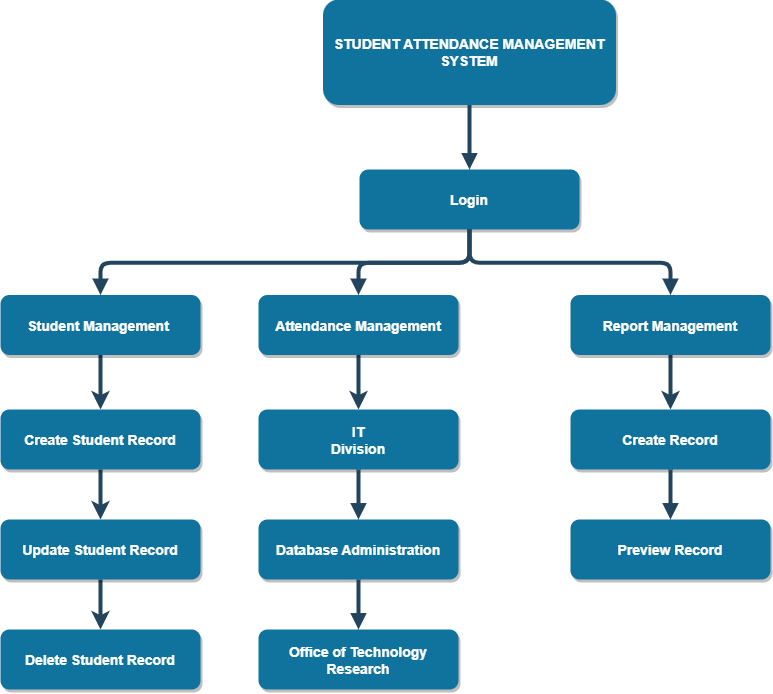
Earlier version of the draw.io export Heirarchy of Project Modules/Frame(Event).drawio.png (kaisunoo/Acads). Source tidied: cells renumbered, new cells last; positions are measured from the earlier drawing's top-left corner, leaving out a move shared by most shapes.
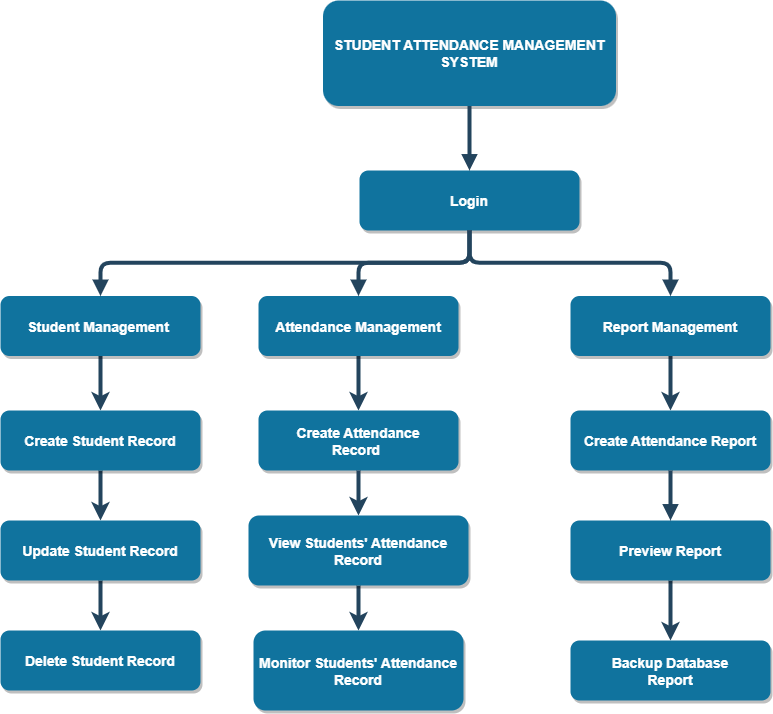
Later version of the same file.

Commit message:
Update Heirarchy of Project Modules/Frame(Event).drawio.png

Change to the diagram source:
```diff
@@ -32,14 +32,17 @@
     <mxCell id="11" value="Create Student Record" style="rounded=1;fillColor=#10739E;strokeColor=none;shadow=1;gradientColor=none;fontStyle=1;fontColor=#FFFFFF;fontSize=14;" parent="1" vertex="1">
       <mxGeometry y="410" width="200" height="60" as="geometry" />
     </mxCell>
-    <mxCell id="12" value="IT&#10;Division" style="rounded=1;fillColor=#10739E;strokeColor=none;shadow=1;gradientColor=none;fontStyle=1;fontColor=#FFFFFF;fontSize=14;" parent="1" vertex="1">
+    <mxCell id="12" value="Create Attendance &#10;Record " style="rounded=1;fillColor=#10739E;strokeColor=none;shadow=1;gradientColor=none;fontStyle=1;fontColor=#FFFFFF;fontSize=14;" parent="1" vertex="1">
       <mxGeometry x="258" y="410" width="200" height="60" as="geometry" />
     </mxCell>
-    <mxCell id="13" value="Database Administration" style="rounded=1;fillColor=#10739E;strokeColor=none;shadow=1;gradientColor=none;fontStyle=1;fontColor=#FFFFFF;fontSize=14;" parent="1" vertex="1">
-      <mxGeometry x="258" y="520" width="200" height="60" as="geometry" />
+    <mxCell id="13" value="Monitor Students' Attendance &#10;Record" style="rounded=1;fillColor=#10739E;strokeColor=none;shadow=1;gradientColor=none;fontStyle=1;fontColor=#FFFFFF;fontSize=14;" parent="1" vertex="1">
+      <mxGeometry x="253" y="630" width="210" height="80" as="geometry" />
     </mxCell>
+    <mxCell id="27" style="edgeStyle=orthogonalEdgeStyle;rounded=0;jettySize=auto;html=1;exitX=0.5;exitY=1;exitDx=0;exitDy=0;entryX=0.5;entryY=0;entryDx=0;entryDy=0;strokeWidth=4;strokeColor=#23445D;" parent="1" edge="1" source="14" target="13">
+      <mxGeometry relative="1" as="geometry" />
+    </mxCell>
-    <mxCell id="14" value="Office of Technology &#10;Research" style="rounded=1;fillColor=#10739E;strokeColor=none;shadow=1;gradientColor=none;fontStyle=1;fontColor=#FFFFFF;fontSize=14;" parent="1" vertex="1">
-      <mxGeometry x="258" y="630" width="200" height="60" as="geometry" />
+    <mxCell id="14" value="View Students' Attendance &#10;Record" style="rounded=1;fillColor=#10739E;strokeColor=none;shadow=1;gradientColor=none;fontStyle=1;fontColor=#FFFFFF;fontSize=14;" parent="1" vertex="1">
+      <mxGeometry x="248" y="515" width="220" height="70" as="geometry" />
     </mxCell>
     <mxCell id="15" style="edgeStyle=orthogonalEdgeStyle;rounded=0;jettySize=auto;html=1;exitX=0.5;exitY=1;exitDx=0;exitDy=0;entryX=0.5;entryY=0;entryDx=0;entryDy=0;strokeWidth=4;strokeColor=#23445D;" parent="1" edge="1" source="16" target="26">
       <mxGeometry relative="1" as="geometry" />
@@ -47,10 +50,13 @@
     <mxCell id="16" value="Update Student Record" style="rounded=1;fillColor=#10739E;strokeColor=none;shadow=1;gradientColor=none;fontStyle=1;fontColor=#FFFFFF;fontSize=14;" parent="1" vertex="1">
       <mxGeometry y="520" width="200" height="60" as="geometry" />
     </mxCell>
-    <mxCell id="17" value="Create Record" style="rounded=1;fillColor=#10739E;strokeColor=none;shadow=1;gradientColor=none;fontStyle=1;fontColor=#FFFFFF;fontSize=14;" parent="1" vertex="1">
+    <mxCell id="17" value="Create Attendance Report" style="rounded=1;fillColor=#10739E;strokeColor=none;shadow=1;gradientColor=none;fontStyle=1;fontColor=#FFFFFF;fontSize=14;" parent="1" vertex="1">
       <mxGeometry x="570" y="410" width="200" height="60" as="geometry" />
     </mxCell>
+    <mxCell id="28" style="edgeStyle=orthogonalEdgeStyle;rounded=0;jettySize=auto;html=1;exitX=0.5;exitY=1;exitDx=0;exitDy=0;entryX=0.5;entryY=0;entryDx=0;entryDy=0;strokeWidth=4;strokeColor=#23445D;" parent="1" edge="1" source="18" target="30">
+      <mxGeometry relative="1" as="geometry" />
+    </mxCell>
-    <mxCell id="18" value="Preview Record" style="rounded=1;fillColor=#10739E;strokeColor=none;shadow=1;gradientColor=none;fontStyle=1;fontColor=#FFFFFF;fontSize=14;" parent="1" vertex="1">
+    <mxCell id="18" value="Preview Report" style="rounded=1;fillColor=#10739E;strokeColor=none;shadow=1;gradientColor=none;fontStyle=1;fontColor=#FFFFFF;fontSize=14;" parent="1" vertex="1">
       <mxGeometry x="570" y="520" width="200" height="60" as="geometry" />
     </mxCell>
     <mxCell id="19" style="edgeStyle=elbowEdgeStyle;elbow=vertical;strokeWidth=4;endArrow=block;endFill=1;fontStyle=1;strokeColor=#23445D;" parent="1" edge="1" source="2" target="3">
@@ -65,17 +71,17 @@
     <mxCell id="22" style="edgeStyle=elbowEdgeStyle;elbow=vertical;strokeWidth=4;endArrow=block;endFill=1;fontStyle=1;strokeColor=#23445D;" parent="1" edge="1" source="3" target="9">
       <mxGeometry x="22" y="165.5" as="geometry" />
     </mxCell>
-    <mxCell id="23" style="edgeStyle=elbowEdgeStyle;elbow=vertical;strokeWidth=4;endArrow=block;endFill=1;fontStyle=1;strokeColor=#23445D;" parent="1" edge="1" source="12" target="13">
-      <mxGeometry x="62" y="165.5" as="geometry" />
-    </mxCell>
-    <mxCell id="24" style="edgeStyle=elbowEdgeStyle;elbow=vertical;strokeWidth=4;endArrow=block;endFill=1;fontStyle=1;strokeColor=#23445D;" parent="1" edge="1" source="13" target="14">
-      <mxGeometry x="62" y="175.5" as="geometry" />
-    </mxCell>
     <mxCell id="25" style="edgeStyle=elbowEdgeStyle;elbow=vertical;strokeWidth=4;endArrow=block;endFill=1;fontStyle=1;strokeColor=#23445D;" parent="1" edge="1" source="17" target="18">
       <mxGeometry x="72" y="195.5" as="geometry" />
     </mxCell>
     <mxCell id="26" value="Delete Student Record" style="rounded=1;fillColor=#10739E;strokeColor=none;shadow=1;gradientColor=none;fontStyle=1;fontColor=#FFFFFF;fontSize=14;" parent="1" vertex="1">
       <mxGeometry y="630" width="200" height="60" as="geometry" />
     </mxCell>
+    <mxCell id="29" style="edgeStyle=orthogonalEdgeStyle;rounded=0;jettySize=auto;html=1;exitX=0.5;exitY=1;exitDx=0;exitDy=0;entryX=0.5;entryY=0;entryDx=0;entryDy=0;strokeWidth=4;strokeColor=#23445D;" parent="1" edge="1" source="12" target="14">
+      <mxGeometry relative="1" as="geometry" />
+    </mxCell>
+    <mxCell id="30" value="Backup Database &#10;Report" style="rounded=1;fillColor=#10739E;strokeColor=none;shadow=1;gradientColor=none;fontStyle=1;fontColor=#FFFFFF;fontSize=14;" parent="1" vertex="1">
+      <mxGeometry x="570" y="640" width="200" height="60" as="geometry" />
+    </mxCell>
   </root>
 </mxGraphModel>
```
